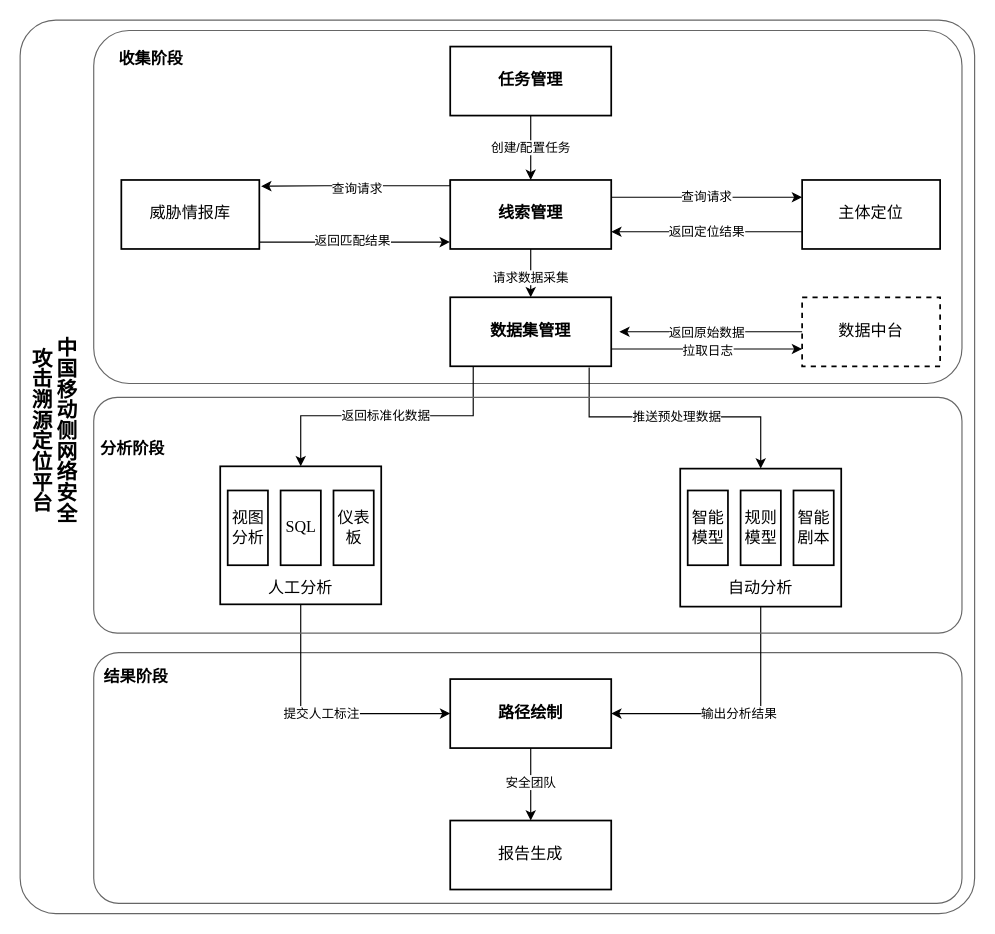
asdlijinquan/- keeps this draw.io diagram as page "第 2 页" (2 of 2) of JhbPpt.drawio. Above is the earlier version. Source tidied: cells renumbered, new cells numbered last; positions are measured from the earlier drawing's top-left corner, leaving out a move shared by most shapes. Both pictures are drawn from the tidied source at 115%, with x=0, y=0 at pixel (20, 20).
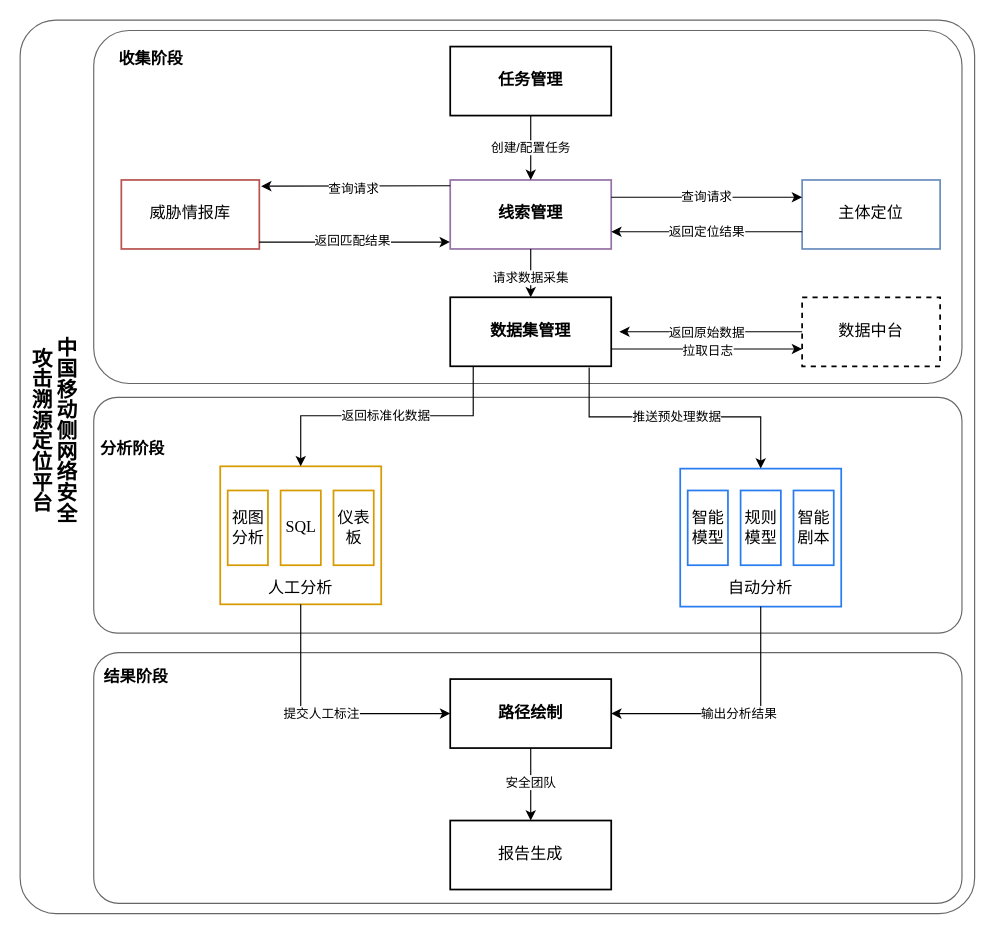
Above is the later version.

What changed in the source:
```diff
@@
+    <mxCell id="33" style="rounded=1;whiteSpace=wrap;html=1;fillColor=none;strokeColor=#666666;arcSize=10;verticalAlign=top;" parent="1" vertex="1">
+      <mxGeometry x="64" y="328" width="755" height="205" as="geometry" />
+    </mxCell>
@@
-    <mxCell id="6" value="线索管理" style="rounded=0;whiteSpace=wrap;html=1;shadow=0;strokeWidth=1.5;fillColor=#FFFFFF;strokeColor=#000000;fontColor=#000000;fontFamily=Times New Roman;fontSize=14;fontStyle=1;" parent="1" vertex="1">
+    <mxCell id="6" value="线索管理" style="rounded=0;whiteSpace=wrap;html=1;shadow=0;strokeWidth=1.5;fillColor=none;strokeColor=#9673a6;fontFamily=Times New Roman;fontSize=14;fontStyle=1;" parent="1" vertex="1">
       <mxGeometry x="374" y="139" width="140" height="60" as="geometry" />
     </mxCell>
-    <mxCell id="7" value="主体定位" style="rounded=0;whiteSpace=wrap;html=1;shadow=0;strokeWidth=1.5;fillColor=#FFFFFF;strokeColor=#000000;fontColor=#000000;fontFamily=Times New Roman;fontSize=14;" parent="1" vertex="1">
+    <mxCell id="7" value="主体定位" style="rounded=0;whiteSpace=wrap;html=1;shadow=0;strokeWidth=1.5;fillColor=none;strokeColor=#6c8ebf;fontFamily=Times New Roman;fontSize=14;" parent="1" vertex="1">
       <mxGeometry x="680" y="139" width="120" height="60" as="geometry" />
     </mxCell>
-    <mxCell id="8" value="威胁情报库" style="rounded=0;whiteSpace=wrap;html=1;shadow=0;strokeWidth=1.5;fillColor=#FFFFFF;strokeColor=#000000;fontColor=#000000;fontFamily=Times New Roman;fontSize=14;" parent="1" vertex="1">
+    <mxCell id="8" value="威胁情报库" style="rounded=0;whiteSpace=wrap;html=1;shadow=0;strokeWidth=1.5;fillColor=none;strokeColor=#b85450;fontFamily=Times New Roman;fontSize=14;" parent="1" vertex="1">
       <mxGeometry x="88" y="139" width="120" height="60" as="geometry" />
     </mxCell>
@@
-    <mxCell id="13" style="rounded=0;whiteSpace=wrap;html=1;shadow=0;strokeWidth=1.5;fillColor=#FFFFFF;strokeColor=#000000;fontColor=#000000;fontFamily=Times New Roman;fontSize=14;" parent="1" vertex="1">
+    <mxCell id="13" style="rounded=0;whiteSpace=wrap;html=1;shadow=0;strokeWidth=1.5;fillColor=none;strokeColor=#d79b00;fontFamily=Times New Roman;fontSize=14;" parent="1" vertex="1">
       <mxGeometry x="174" y="388" width="140" height="120" as="geometry" />
     </mxCell>
-    <mxCell id="14" style="rounded=0;whiteSpace=wrap;html=1;shadow=0;strokeWidth=1.5;fillColor=#FFFFFF;strokeColor=#000000;fontColor=#000000;fontFamily=Times New Roman;fontSize=14;" parent="1" vertex="1">
+    <mxCell id="14" style="rounded=0;whiteSpace=wrap;html=1;shadow=0;strokeWidth=1.5;fillColor=none;strokeColor=light-dark(#287cf0, #5c79a3);fontFamily=Times New Roman;fontSize=14;" parent="1" vertex="1">
       <mxGeometry x="574" y="390" width="140" height="120" as="geometry" />
     </mxCell>
@@
-    <mxCell id="26" style="edgeStyle=orthogonalEdgeStyle;rounded=0;jettySize=auto;html=1;exitX=0;exitY=0;exitDx=0;exitDy=0;entryX=1.013;entryY=0.09;entryDx=0;entryDy=0;entryPerimeter=0;" parent="1" edge="1" source="6" target="8">
+    <mxCell id="26" style="edgeStyle=orthogonalEdgeStyle;rounded=0;jettySize=auto;html=1;entryX=1.013;entryY=0.09;entryDx=0;entryDy=0;entryPerimeter=0;" parent="1" edge="1" target="8">
       <mxGeometry relative="1" as="geometry">
+        <mxPoint x="374" y="144" as="sourcePoint" />
         <Array as="points">
           <mxPoint x="374" y="144" />
           <mxPoint x="265" y="144" />
         </Array>
       </mxGeometry>
     </mxCell>
@@
-    <mxCell id="33" style="rounded=1;whiteSpace=wrap;html=1;fillColor=none;strokeColor=#666666;arcSize=10;verticalAlign=top;" parent="1" vertex="1">
-      <mxGeometry x="64" y="328" width="755" height="205" as="geometry" />
-    </mxCell>
@@
-    <mxCell id="38" value="视图分析" style="rounded=0;whiteSpace=wrap;html=1;shadow=0;strokeWidth=1.5;fillColor=#FFFFFF;strokeColor=#000000;fontColor=#000000;fontFamily=Times New Roman;fontSize=14;" parent="1" vertex="1">
+    <mxCell id="38" value="视图分析" style="rounded=0;whiteSpace=wrap;html=1;shadow=0;strokeWidth=1.5;fillColor=none;strokeColor=#d79b00;fontFamily=Times New Roman;fontSize=14;" parent="1" vertex="1">
       <mxGeometry x="180.5" y="409" width="35" height="65" as="geometry" />
     </mxCell>
-    <mxCell id="39" value="SQL" style="rounded=0;whiteSpace=wrap;html=1;shadow=0;strokeWidth=1.5;fillColor=#FFFFFF;strokeColor=#000000;fontColor=#000000;fontFamily=Times New Roman;fontSize=14;" parent="1" vertex="1">
+    <mxCell id="39" value="SQL" style="rounded=0;whiteSpace=wrap;html=1;shadow=0;strokeWidth=1.5;fillColor=none;strokeColor=#d79b00;fontFamily=Times New Roman;fontSize=14;" parent="1" vertex="1">
       <mxGeometry x="226.5" y="409" width="35" height="65" as="geometry" />
     </mxCell>
-    <mxCell id="40" value="仪表板" style="rounded=0;whiteSpace=wrap;html=1;shadow=0;strokeWidth=1.5;fillColor=#FFFFFF;strokeColor=#000000;fontColor=#000000;fontFamily=Times New Roman;fontSize=14;" parent="1" vertex="1">
+    <mxCell id="40" value="仪表板" style="rounded=0;whiteSpace=wrap;html=1;shadow=0;strokeWidth=1.5;fillColor=none;strokeColor=#d79b00;fontFamily=Times New Roman;fontSize=14;" parent="1" vertex="1">
       <mxGeometry x="272.5" y="409" width="35" height="65" as="geometry" />
     </mxCell>
-    <mxCell id="41" value="智能模型" style="rounded=0;whiteSpace=wrap;html=1;shadow=0;strokeWidth=1.5;fillColor=#FFFFFF;strokeColor=#000000;fontColor=#000000;fontFamily=Times New Roman;fontSize=14;" parent="1" vertex="1">
+    <mxCell id="41" value="智能模型" style="rounded=0;whiteSpace=wrap;html=1;shadow=0;strokeWidth=1.5;fillColor=none;strokeColor=light-dark(#287cf0, #5c79a3);fontFamily=Times New Roman;fontSize=14;" parent="1" vertex="1">
       <mxGeometry x="580.5" y="409" width="35" height="65" as="geometry" />
     </mxCell>
-    <mxCell id="42" value="规则模型" style="rounded=0;whiteSpace=wrap;html=1;shadow=0;strokeWidth=1.5;fillColor=#FFFFFF;strokeColor=#000000;fontColor=#000000;fontFamily=Times New Roman;fontSize=14;" parent="1" vertex="1">
+    <mxCell id="42" value="规则模型" style="rounded=0;whiteSpace=wrap;html=1;shadow=0;strokeWidth=1.5;fillColor=none;strokeColor=light-dark(#287cf0, #5c79a3);fontFamily=Times New Roman;fontSize=14;" parent="1" vertex="1">
       <mxGeometry x="626.5" y="409" width="35" height="65" as="geometry" />
     </mxCell>
-    <mxCell id="43" value="智能剧本" style="rounded=0;whiteSpace=wrap;html=1;shadow=0;strokeWidth=1.5;fillColor=#FFFFFF;strokeColor=#000000;fontColor=#000000;fontFamily=Times New Roman;fontSize=14;" parent="1" vertex="1">
+    <mxCell id="43" value="智能剧本" style="rounded=0;whiteSpace=wrap;html=1;shadow=0;strokeWidth=1.5;fillColor=none;strokeColor=light-dark(#287cf0, #5c79a3);fontFamily=Times New Roman;fontSize=14;" parent="1" vertex="1">
       <mxGeometry x="672.5" y="409" width="35" height="65" as="geometry" />
     </mxCell>
```
